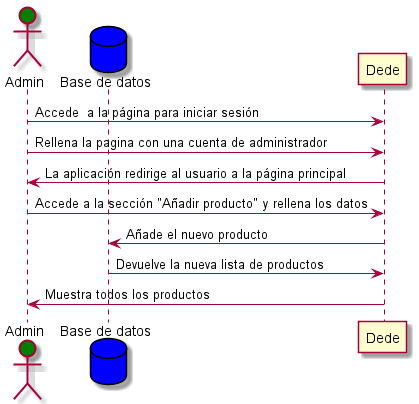
Above: images/AñadirProducto.png in Arquisoft/dede_es2a (PlantUML), before the change.
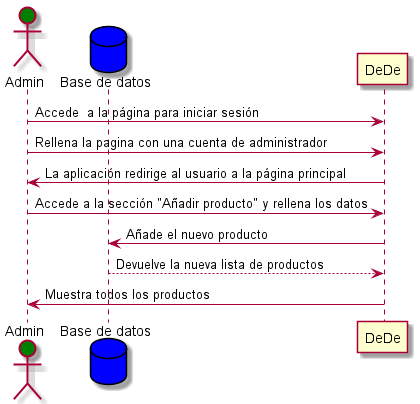
Above is the later version.

Diff of the diagram source:
```diff
@@ -1,11 +1,11 @@
 @startuml
 actor Admin #green
 database BaseDeDatos as "Base de datos" #blue
-Admin -> Dede: Accede  a la página para iniciar sesión
-Admin -> Dede: Rellena la pagina con una cuenta de administrador
-Admin <- Dede: La aplicación redirige al usuario a la página principal
-Admin -> Dede: Accede a la sección "Añadir producto" y rellena los datos
-Dede -> BaseDeDatos: Añade el nuevo producto
-BaseDeDatos -> Dede: Devuelve la nueva lista de productos
-Dede -> Admin: Muestra todos los productos
+Admin -> DeDe: Accede  a la página para iniciar sesión
+Admin -> DeDe: Rellena la pagina con una cuenta de administrador
+Admin <- DeDe: La aplicación redirige al usuario a la página principal
+Admin -> DeDe: Accede a la sección "Añadir producto" y rellena los datos
+DeDe -> BaseDeDatos: Añade el nuevo producto
+DeDe <-- BaseDeDatos: Devuelve la nueva lista de productos
+DeDe -> Admin: Muestra todos los productos
 @enduml
```
